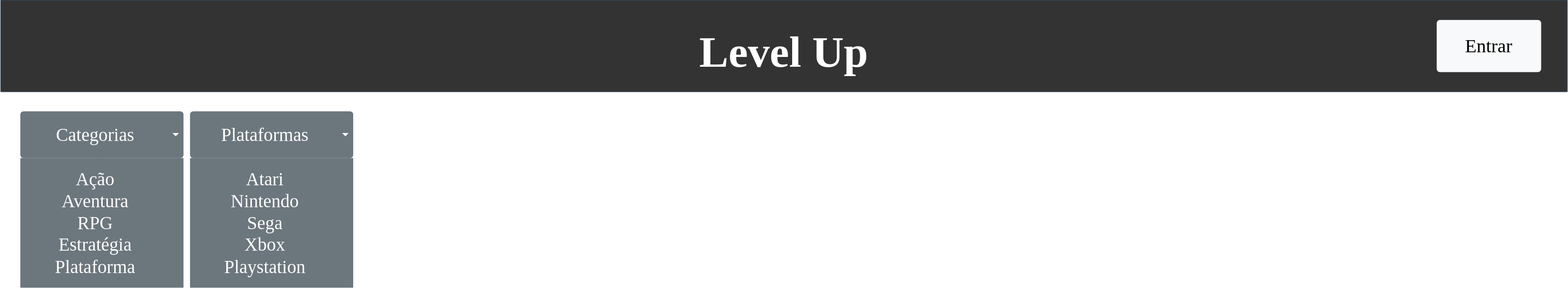
Above: prototipo_site.svg in DiegoFrnnds/Projeto-Web-II (draw.io), before the change. Source tidied: cells renumbered, new cells last; positions are measured from the earlier drawing's top-left corner, leaving out a move shared by most shapes.
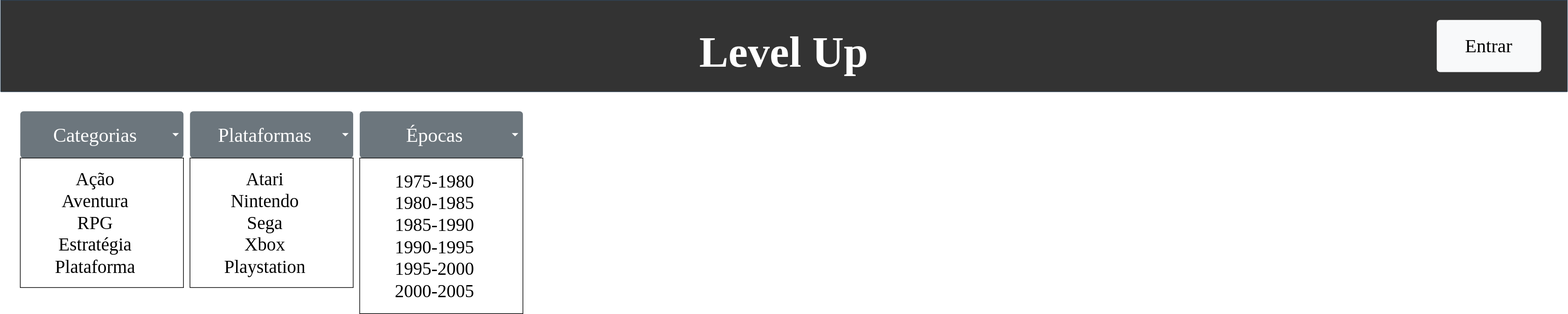
Later version of the same file.

Diff of the diagram source:
```diff
@@ -11,7 +11,7 @@
     <mxCell id="4" style="edgeStyle=orthogonalEdgeStyle;rounded=0;jettySize=auto;html=1;fontFamily=Lucida Console;fontSize=28;fontColor=#FFFFFF;" parent="1" edge="1" source="5" target="7">
       <mxGeometry relative="1" as="geometry" />
     </mxCell>
-    <mxCell id="5" value="Categorias" style="html=1;shadow=0;dashed=0;shape=mxgraph.bootstrap.rrect;rSize=5;strokeColor=none;strokeWidth=1;fillColor=#6C767D;fontColor=#ffffff;whiteSpace=wrap;align=center;verticalAlign=middle;fontStyle=0;fontSize=28;spacingRight=20;labelBackgroundColor=none;labelBorderColor=none;fontFamily=Lucida Console;" parent="1" vertex="1">
+    <mxCell id="5" value="Categorias" style="html=1;shadow=0;dashed=0;shape=mxgraph.bootstrap.rrect;rSize=5;strokeColor=none;strokeWidth=1;fillColor=#6C767D;fontColor=#ffffff;whiteSpace=wrap;align=center;verticalAlign=middle;fontStyle=0;fontSize=30;spacingRight=20;labelBackgroundColor=none;labelBorderColor=none;fontFamily=Lucida Console;" parent="1" vertex="1">
       <mxGeometry x="30" y="170" width="250" height="71.6" as="geometry" />
     </mxCell>
     <mxCell id="6" style="shape=triangle;direction=south;fillColor=#ffffff;strokeColor=none;perimeter=none;labelBackgroundColor=none;labelBorderColor=none;fontFamily=Lucida Console;fontSize=29;fontColor=#FFFFFF;verticalAlign=middle;" parent="5" vertex="1">
@@ -19,10 +19,10 @@
         <mxPoint x="-17" y="-2.5" as="offset" />
       </mxGeometry>
     </mxCell>
-    <mxCell id="7" value="Ação&lt;br&gt;Aventura&lt;br&gt;RPG&lt;br&gt;Estratégia&lt;br&gt;Plataforma" style="whiteSpace=wrap;html=1;shadow=0;dashed=0;fontFamily=Lucida Console;fontSize=28;fontColor=#ffffff;fontStyle=0;strokeColor=none;strokeWidth=1;fillColor=#6C767D;spacingRight=20;" parent="1" vertex="1">
+    <mxCell id="7" value="Ação&lt;br&gt;Aventura&lt;br&gt;RPG&lt;br&gt;Estratégia&lt;br&gt;Plataforma" style="whiteSpace=wrap;html=1;shadow=0;dashed=0;fontFamily=Lucida Console;fontSize=28;fontColor=#000000;fontStyle=0;strokeColor=default;strokeWidth=1;fillColor=#FFFFFF;spacingRight=20;" parent="1" vertex="1">
       <mxGeometry x="30" y="241.6" width="250" height="198.4" as="geometry" />
     </mxCell>
-    <mxCell id="8" value="Plataformas" style="html=1;shadow=0;dashed=0;shape=mxgraph.bootstrap.rrect;rSize=5;strokeColor=none;strokeWidth=1;fillColor=#6C767D;fontColor=#ffffff;whiteSpace=wrap;align=center;verticalAlign=middle;fontStyle=0;fontSize=28;spacingRight=20;labelBackgroundColor=none;labelBorderColor=none;fontFamily=Lucida Console;" parent="1" vertex="1">
+    <mxCell id="8" value="Plataformas" style="html=1;shadow=0;dashed=0;shape=mxgraph.bootstrap.rrect;rSize=5;strokeColor=none;strokeWidth=1;fillColor=#6C767D;fontColor=#ffffff;whiteSpace=wrap;align=center;verticalAlign=middle;fontStyle=0;fontSize=30;spacingRight=20;labelBackgroundColor=none;labelBorderColor=none;fontFamily=Lucida Console;" parent="1" vertex="1">
       <mxGeometry x="290" y="170" width="250" height="71.6" as="geometry" />
     </mxCell>
     <mxCell id="9" style="shape=triangle;direction=south;fillColor=#ffffff;strokeColor=none;perimeter=none;labelBackgroundColor=none;labelBorderColor=none;fontFamily=Lucida Console;fontSize=29;fontColor=#FFFFFF;verticalAlign=middle;" parent="8" vertex="1">
@@ -30,8 +30,19 @@
         <mxPoint x="-17" y="-2.5" as="offset" />
       </mxGeometry>
     </mxCell>
-    <mxCell id="10" value="Atari&lt;br&gt;Nintendo&lt;br&gt;Sega&lt;br&gt;Xbox&lt;br&gt;Playstation" style="whiteSpace=wrap;html=1;shadow=0;dashed=0;fontFamily=Lucida Console;fontSize=28;fontColor=#ffffff;fontStyle=0;strokeColor=none;strokeWidth=1;fillColor=#6C767D;spacingRight=20;" parent="1" vertex="1">
+    <mxCell id="10" value="Atari&lt;br&gt;Nintendo&lt;br&gt;Sega&lt;br&gt;Xbox&lt;br&gt;Playstation" style="whiteSpace=wrap;html=1;shadow=0;dashed=0;fontFamily=Lucida Console;fontSize=28;fontColor=#000000;fontStyle=0;strokeColor=default;strokeWidth=1;fillColor=#FFFFFF;spacingRight=20;" parent="1" vertex="1">
       <mxGeometry x="290" y="241.6" width="250" height="198.4" as="geometry" />
     </mxCell>
+    <mxCell id="11" value="Épocas" style="html=1;shadow=0;dashed=0;shape=mxgraph.bootstrap.rrect;rSize=5;strokeColor=none;strokeWidth=1;fillColor=#6C767D;fontColor=#ffffff;whiteSpace=wrap;align=center;verticalAlign=middle;fontStyle=0;fontSize=30;spacingRight=20;labelBackgroundColor=none;labelBorderColor=none;fontFamily=Lucida Console;" parent="1" vertex="1">
+      <mxGeometry x="550" y="170" width="250" height="71.6" as="geometry" />
+    </mxCell>
+    <mxCell id="12" style="shape=triangle;direction=south;fillColor=#ffffff;strokeColor=none;perimeter=none;labelBackgroundColor=none;labelBorderColor=none;fontFamily=Lucida Console;fontSize=29;fontColor=#FFFFFF;verticalAlign=middle;" parent="11" vertex="1">
+      <mxGeometry x="1" y="0.5" width="10" height="5" relative="1" as="geometry">
+        <mxPoint x="-17" y="-2.5" as="offset" />
+      </mxGeometry>
+    </mxCell>
+    <mxCell id="13" value="1975-1980&lt;br&gt;1980-1985&lt;br&gt;1985-1990&lt;br&gt;1990-1995&lt;br&gt;1995-2000&lt;br&gt;2000-2005" style="whiteSpace=wrap;html=1;shadow=0;dashed=0;fontFamily=Lucida Console;fontSize=28;fontColor=#000000;fontStyle=0;strokeColor=default;strokeWidth=1;fillColor=#FFFFFF;spacingRight=20;spacing=2;" parent="1" vertex="1">
+      <mxGeometry x="550" y="241.6" width="250" height="238.4" as="geometry" />
+    </mxCell>
   </root>
 </mxGraphModel>
```
